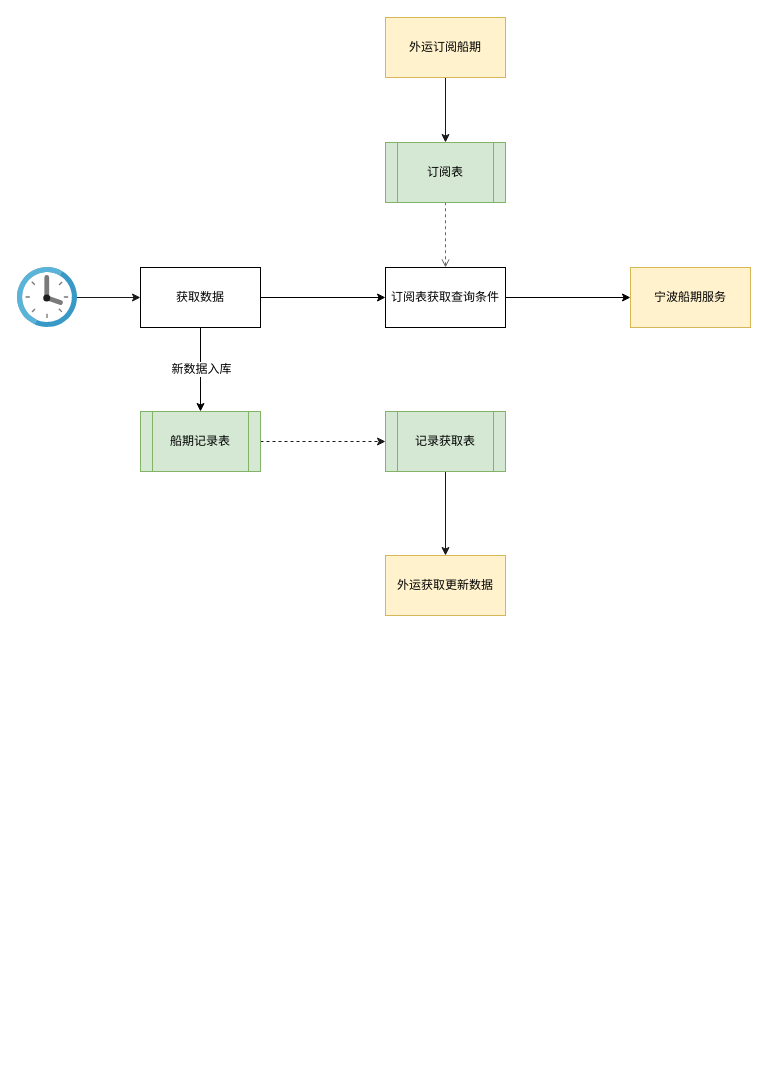
caixuecheng/track-drawio keeps this draw.io diagram as port-manager/提供外运宁波船期.drawio. Above is the earlier version. Source tidied: cells renumbered, new cells numbered last; positions are measured from the earlier drawing's top-left corner, leaving out a move shared by most shapes. Both pictures are drawn from the tidied source at 100%, with x=0, y=0 at pixel (17, 17).
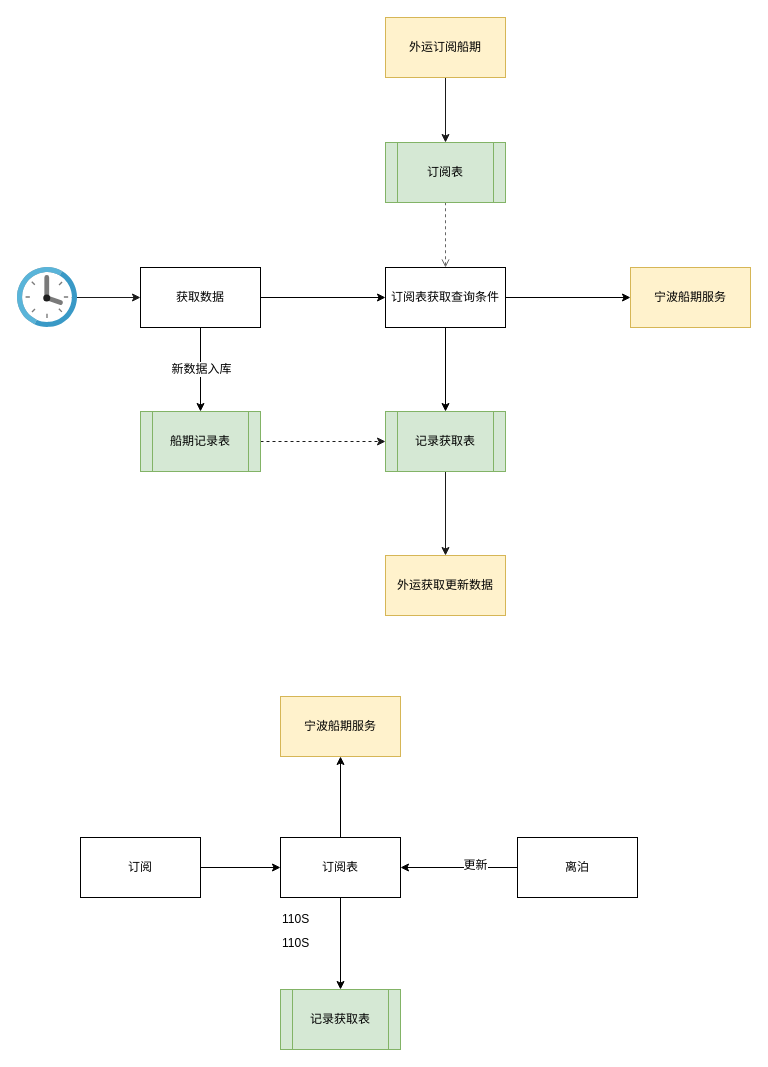
After the change.

Commit message:
更新提供外运宁波船期.drawio

The change refers to these unchanged cells:
```xml
<mxCell id="9" value="订阅表获取查询条件" style="rounded=0;whiteSpace=wrap;html=1;" parent="1" vertex="1">
  <mxGeometry x="368" y="250" width="120" height="60" as="geometry" />
</mxCell>
<mxCell id="19" value="记录获取表" style="shape=process;whiteSpace=wrap;html=1;backgroundOutline=1;fillColor=#d5e8d4;strokeColor=#82b366;" parent="1" vertex="1">
  <mxGeometry x="368" y="394" width="120" height="60" as="geometry" />
</mxCell>
```

The edit, as a diff of the source:
```diff
@@
+    <mxCell id="20" style="edgeStyle=orthogonalEdgeStyle;rounded=0;jettySize=auto;html=1;entryX=0.5;entryY=0;entryDx=0;entryDy=0;" parent="1" edge="1" source="9" target="19">
+      <mxGeometry relative="1" as="geometry" />
+    </mxCell>
@@
+    <mxCell id="21" style="edgeStyle=orthogonalEdgeStyle;rounded=0;jettySize=auto;html=1;" parent="1" edge="1" source="22" target="25">
+      <mxGeometry relative="1" as="geometry" />
+    </mxCell>
+    <mxCell id="22" value="订阅" style="rounded=0;whiteSpace=wrap;html=1;" parent="1" vertex="1">
+      <mxGeometry x="63" y="820" width="120" height="60" as="geometry" />
+    </mxCell>
+    <mxCell id="23" style="edgeStyle=orthogonalEdgeStyle;rounded=0;jettySize=auto;html=1;" parent="1" edge="1" source="25" target="30">
+      <mxGeometry relative="1" as="geometry" />
+    </mxCell>
+    <mxCell id="24" style="edgeStyle=orthogonalEdgeStyle;rounded=0;jettySize=auto;html=1;entryX=0.5;entryY=1;entryDx=0;entryDy=0;" parent="1" edge="1" source="25" target="32">
+      <mxGeometry relative="1" as="geometry" />
+    </mxCell>
+    <mxCell id="25" value="订阅表" style="rounded=0;whiteSpace=wrap;html=1;" parent="1" vertex="1">
+      <mxGeometry x="263" y="820" width="120" height="60" as="geometry" />
+    </mxCell>
+    <mxCell id="26" style="edgeStyle=orthogonalEdgeStyle;rounded=0;jettySize=auto;html=1;entryX=1;entryY=0.5;entryDx=0;entryDy=0;" parent="1" edge="1" source="28" target="25">
+      <mxGeometry relative="1" as="geometry" />
+    </mxCell>
+    <mxCell id="27" value="更新" style="text;html=1;align=center;verticalAlign=middle;labelBackgroundColor=#ffffff;" parent="26" vertex="1">
+      <mxGeometry x="-0.27" y="-3" relative="1" as="geometry" />
+    </mxCell>
+    <mxCell id="28" value="离泊" style="rounded=0;whiteSpace=wrap;html=1;" parent="1" vertex="1">
+      <mxGeometry x="500" y="820" width="120" height="60" as="geometry" />
+    </mxCell>
+    <mxCell id="29" value="110S" style="text;html=1;align=left;verticalAlign=top;spacingTop=-4;" parent="1" vertex="1">
+      <mxGeometry x="263" y="892" width="40" height="20" as="geometry" />
+    </mxCell>
+    <mxCell id="30" value="记录获取表" style="shape=process;whiteSpace=wrap;html=1;backgroundOutline=1;fillColor=#d5e8d4;strokeColor=#82b366;" parent="1" vertex="1">
+      <mxGeometry x="263" y="972" width="120" height="60" as="geometry" />
+    </mxCell>
+    <mxCell id="31" value="110S" style="text;html=1;align=left;verticalAlign=top;spacingTop=-4;" parent="1" vertex="1">
+      <mxGeometry x="263" y="916" width="40" height="20" as="geometry" />
+    </mxCell>
+    <mxCell id="32" value="宁波船期服务" style="rounded=0;whiteSpace=wrap;html=1;fillColor=#fff2cc;strokeColor=#d6b656;" parent="1" vertex="1">
+      <mxGeometry x="263" y="679" width="120" height="60" as="geometry" />
+    </mxCell>
```
